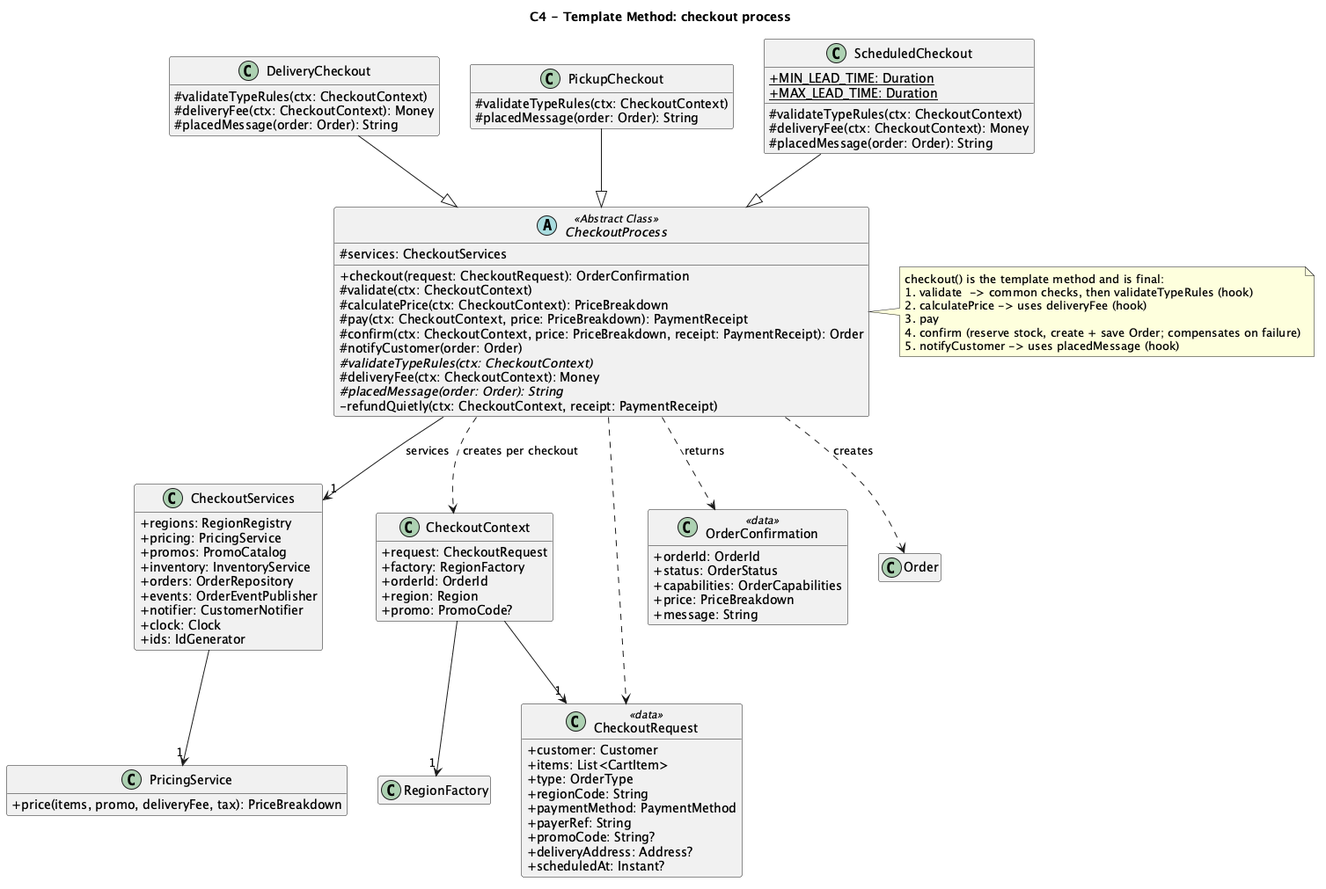
Above: docs/uml/img/06-class-template-method.png in HungDangQuang/android-food-hub (PlantUML), before the change.
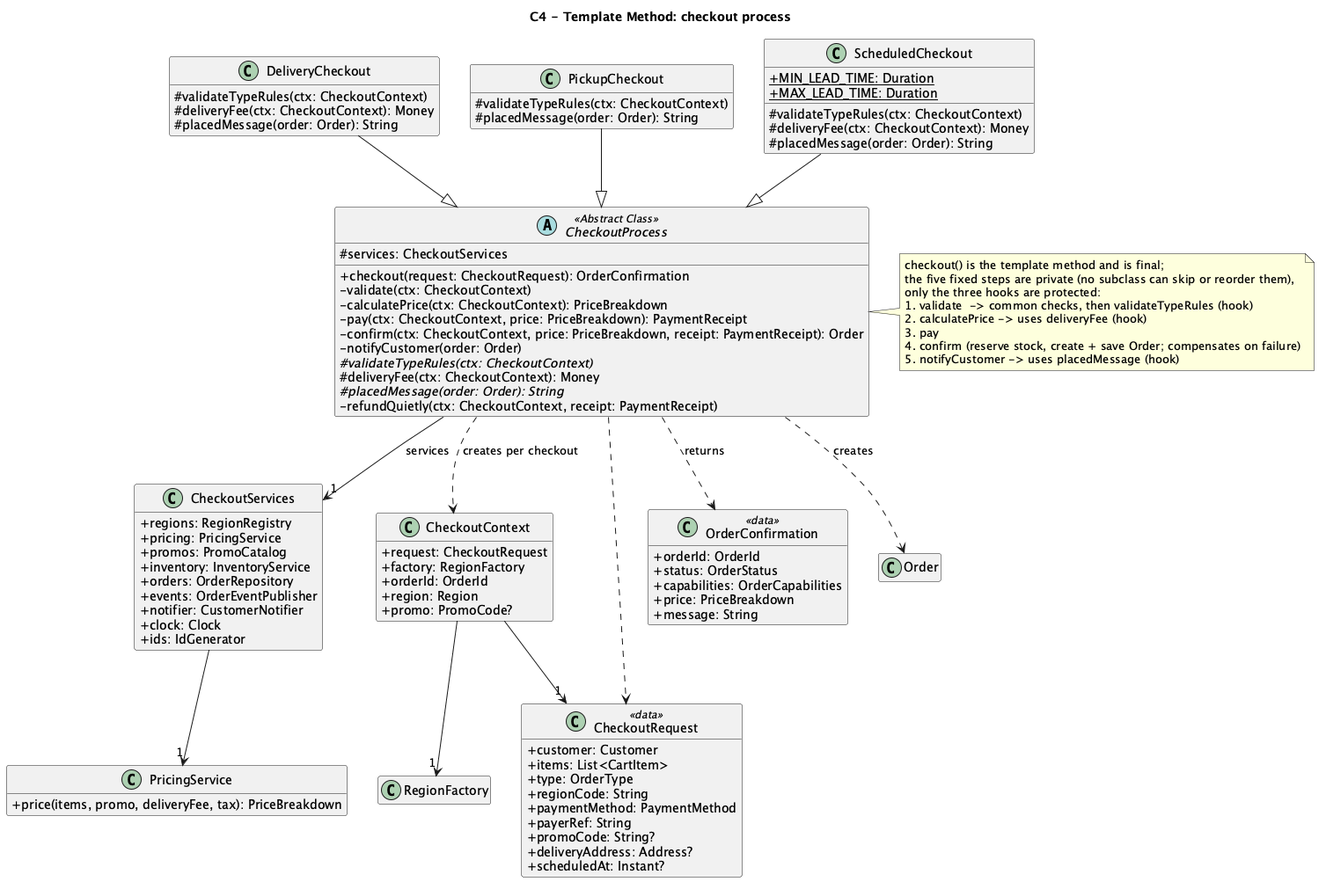
The same file after the commit.

What changed in the source:
```diff
@@ -7,11 +7,11 @@
 abstract class CheckoutProcess <<Abstract Class>> {
   #services: CheckoutServices
   +checkout(request: CheckoutRequest): OrderConfirmation
-  #validate(ctx: CheckoutContext)
-  #calculatePrice(ctx: CheckoutContext): PriceBreakdown
-  #pay(ctx: CheckoutContext, price: PriceBreakdown): PaymentReceipt
-  #confirm(ctx: CheckoutContext, price: PriceBreakdown, receipt: PaymentReceipt): Order
-  #notifyCustomer(order: Order)
+  -validate(ctx: CheckoutContext)
+  -calculatePrice(ctx: CheckoutContext): PriceBreakdown
+  -pay(ctx: CheckoutContext, price: PriceBreakdown): PaymentReceipt
+  -confirm(ctx: CheckoutContext, price: PriceBreakdown, receipt: PaymentReceipt): Order
+  -notifyCustomer(order: Order)
   #{abstract} validateTypeRules(ctx: CheckoutContext)
   #deliveryFee(ctx: CheckoutContext): Money
   #{abstract} placedMessage(order: Order): String
@@ -88,7 +88,9 @@
 CheckoutServices --> "1" PricingService
 
 note right of CheckoutProcess
-  checkout() is the template method and is final:
+  checkout() is the template method and is final;
+  the five fixed steps are private (no subclass can skip or reorder them),
+  only the three hooks are protected:
   1. validate  -> common checks, then validateTypeRules (hook)
   2. calculatePrice -> uses deliveryFee (hook)
   3. pay
```
